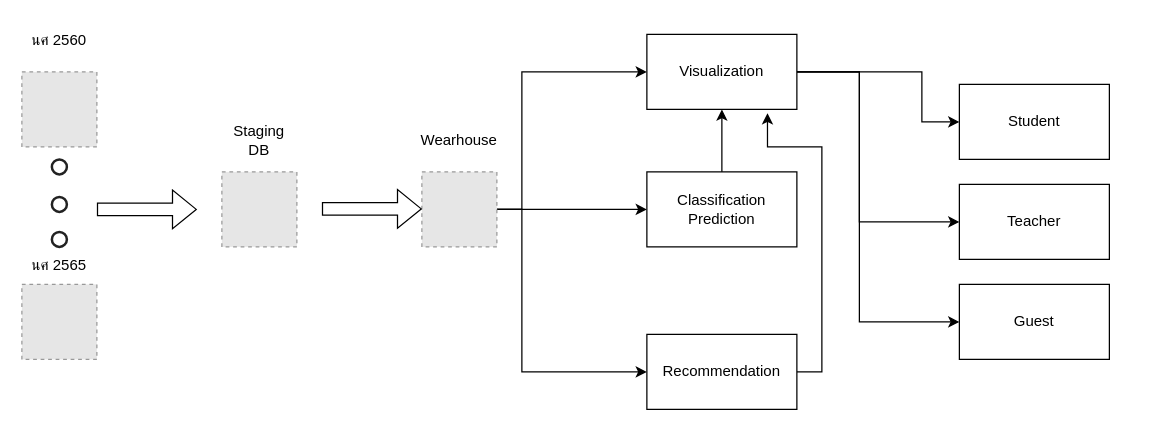
The draw.io diagram DataModel (1).drawio in nontapanr/CEPP64-08, before the edit. Source tidied: cells renumbered, new cells numbered last; positions are measured from the earlier drawing's top-left corner, leaving out a move shared by most shapes. Both pictures are drawn from the tidied source at 125%, with x=0, y=0 at pixel (21, 21). Pictures stored in the file or linked from it are replaced by grey dashed boxes.
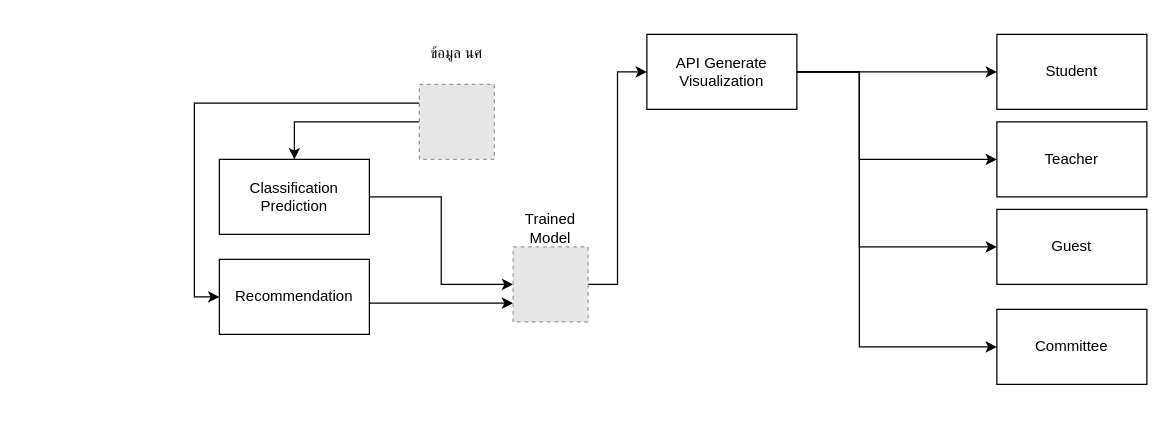
Above is the later version.

Change to the diagram source:
```diff
@@
-    <mxCell id="2" style="fillColor=#E6E6E6;strokeColor=#999999;dashed=1;html=1;verticalAlign=top;verticalLabelPosition=bottom;labelBackgroundColor=#ffffff;" parent="1" vertex="1">
-      <mxGeometry y="40" width="60" height="60" as="geometry" />
-    </mxCell>
-    <mxCell id="3" style="fillColor=#E6E6E6;strokeColor=#999999;dashed=1;html=1;verticalAlign=top;verticalLabelPosition=bottom;labelBackgroundColor=#ffffff;" parent="1" vertex="1">
-      <mxGeometry y="210" width="60" height="60" as="geometry" />
-    </mxCell>
-    <mxCell id="4" style="shape=flexArrow;endArrow=classic;html=1;rounded=0;" parent="1" edge="1">
-      <mxGeometry relative="1" as="geometry">
-        <mxPoint x="60" y="150" as="sourcePoint" />
-        <mxPoint x="140" y="150" as="targetPoint" />
-      </mxGeometry>
-    </mxCell>
+    <mxCell id="29" style="edgeStyle=orthogonalEdgeStyle;rounded=0;jettySize=auto;html=1;exitX=0;exitY=0.5;exitDx=0;exitDy=0;entryX=0.5;entryY=0;entryDx=0;entryDy=0;" parent="1" edge="1" source="5" target="16">
+      <mxGeometry relative="1" as="geometry" />
+    </mxCell>
+    <mxCell id="30" style="edgeStyle=orthogonalEdgeStyle;rounded=0;jettySize=auto;html=1;exitX=0;exitY=0.25;exitDx=0;exitDy=0;entryX=0;entryY=0.5;entryDx=0;entryDy=0;" parent="1" edge="1" source="5" target="18">
+      <mxGeometry relative="1" as="geometry" />
+    </mxCell>
     <mxCell id="5" style="fillColor=#E6E6E6;strokeColor=#999999;dashed=1;html=1;verticalAlign=top;verticalLabelPosition=bottom;labelBackgroundColor=#ffffff;" parent="1" vertex="1">
-      <mxGeometry x="160" y="120" width="60" height="60" as="geometry" />
+      <mxGeometry x="318" y="50" width="60" height="60" as="geometry" />
     </mxCell>
-    <mxCell id="6" style="edgeStyle=orthogonalEdgeStyle;rounded=0;jettySize=auto;html=1;exitX=1;exitY=0.5;exitDx=0;exitDy=0;entryX=0;entryY=0.5;entryDx=0;entryDy=0;" parent="1" edge="1" source="9" target="14">
-      <mxGeometry relative="1" as="geometry">
-        <Array as="points">
-          <mxPoint x="400" y="150" />
-          <mxPoint x="400" y="40" />
-        </Array>
-      </mxGeometry>
-    </mxCell>
-    <mxCell id="7" style="edgeStyle=orthogonalEdgeStyle;rounded=0;jettySize=auto;html=1;exitX=1;exitY=0.5;exitDx=0;exitDy=0;entryX=0;entryY=0.5;entryDx=0;entryDy=0;" parent="1" edge="1" source="9" target="16">
-      <mxGeometry relative="1" as="geometry" />
-    </mxCell>
-    <mxCell id="8" style="edgeStyle=orthogonalEdgeStyle;rounded=0;jettySize=auto;html=1;exitX=1;exitY=0.5;exitDx=0;exitDy=0;entryX=0;entryY=0.5;entryDx=0;entryDy=0;" parent="1" edge="1" source="9" target="18">
-      <mxGeometry relative="1" as="geometry">
-        <Array as="points">
-          <mxPoint x="400" y="150" />
-          <mxPoint x="400" y="280" />
-        </Array>
-      </mxGeometry>
-    </mxCell>
-    <mxCell id="9" style="fillColor=#E6E6E6;strokeColor=#999999;dashed=1;html=1;verticalAlign=top;verticalLabelPosition=bottom;labelBackgroundColor=#ffffff;" parent="1" vertex="1">
-      <mxGeometry x="320" y="120" width="60" height="60" as="geometry" />
-    </mxCell>
-    <mxCell id="10" style="shape=flexArrow;endArrow=classic;html=1;rounded=0;" parent="1" edge="1">
-      <mxGeometry relative="1" as="geometry">
-        <mxPoint x="240" y="149.6" as="sourcePoint" />
-        <mxPoint x="320" y="149.6" as="targetPoint" />
-      </mxGeometry>
-    </mxCell>
     <mxCell id="11" style="edgeStyle=orthogonalEdgeStyle;rounded=0;jettySize=auto;html=1;exitX=1;exitY=0.5;exitDx=0;exitDy=0;entryX=0;entryY=0.5;entryDx=0;entryDy=0;" parent="1" edge="1" source="14" target="19">
       <mxGeometry relative="1" as="geometry">
         <Array as="points">
-          <mxPoint x="720" y="40" />
-          <mxPoint x="720" y="80" />
+          <mxPoint x="730" y="40" />
+          <mxPoint x="730" y="40" />
         </Array>
       </mxGeometry>
     </mxCell>
     <mxCell id="12" style="edgeStyle=orthogonalEdgeStyle;jettySize=auto;html=1;exitX=1;exitY=0.5;exitDx=0;exitDy=0;entryX=0;entryY=0.5;entryDx=0;entryDy=0;endArrow=classic;endFill=1;rounded=0;" parent="1" edge="1" source="14" target="20">
       <mxGeometry relative="1" as="geometry">
         <Array as="points">
           <mxPoint x="670" y="40" />
-          <mxPoint x="670" y="160" />
+          <mxPoint x="670" y="110" />
         </Array>
       </mxGeometry>
     </mxCell>
     <mxCell id="13" style="edgeStyle=orthogonalEdgeStyle;rounded=0;jettySize=auto;html=1;exitX=1;exitY=0.5;exitDx=0;exitDy=0;entryX=0;entryY=0.5;entryDx=0;entryDy=0;endArrow=classic;endFill=1;" parent="1" edge="1" source="14" target="21">
       <mxGeometry relative="1" as="geometry">
         <Array as="points">
           <mxPoint x="670" y="40" />
-          <mxPoint x="670" y="240" />
+          <mxPoint x="670" y="180" />
         </Array>
       </mxGeometry>
     </mxCell>
+    <mxCell id="31" style="edgeStyle=orthogonalEdgeStyle;rounded=0;jettySize=auto;html=1;exitX=1;exitY=0.5;exitDx=0;exitDy=0;entryX=0;entryY=0.5;entryDx=0;entryDy=0;" parent="1" edge="1" source="14" target="34">
+      <mxGeometry relative="1" as="geometry">
+        <Array as="points">
+          <mxPoint x="670" y="40" />
+          <mxPoint x="670" y="260" />
+        </Array>
+      </mxGeometry>
+    </mxCell>
-    <mxCell id="14" value="Visualization" style="rounded=0;whiteSpace=wrap;html=1;" parent="1" vertex="1">
+    <mxCell id="14" value="API Generate Visualization" style="rounded=0;whiteSpace=wrap;html=1;" parent="1" vertex="1">
       <mxGeometry x="500" y="10" width="120" height="60" as="geometry" />
     </mxCell>
-    <mxCell id="15" style="edgeStyle=orthogonalEdgeStyle;rounded=0;jettySize=auto;html=1;exitX=0.5;exitY=0;exitDx=0;exitDy=0;entryX=0.5;entryY=1;entryDx=0;entryDy=0;" parent="1" edge="1" source="16" target="14">
-      <mxGeometry relative="1" as="geometry" />
-    </mxCell>
+    <mxCell id="32" style="edgeStyle=orthogonalEdgeStyle;rounded=0;jettySize=auto;html=1;exitX=1;exitY=0.5;exitDx=0;exitDy=0;entryX=0;entryY=0.5;entryDx=0;entryDy=0;" parent="1" edge="1" source="16" target="37">
+      <mxGeometry relative="1" as="geometry" />
+    </mxCell>
     <mxCell id="16" value="Classification Prediction" style="rounded=0;whiteSpace=wrap;html=1;" parent="1" vertex="1">
-      <mxGeometry x="500" y="120" width="120" height="60" as="geometry" />
+      <mxGeometry x="158" y="110" width="120" height="60" as="geometry" />
     </mxCell>
-    <mxCell id="17" style="edgeStyle=orthogonalEdgeStyle;rounded=0;jettySize=auto;html=1;exitX=1;exitY=0.5;exitDx=0;exitDy=0;entryX=0.804;entryY=1.05;entryDx=0;entryDy=0;entryPerimeter=0;" parent="1" edge="1" source="18" target="14">
-      <mxGeometry relative="1" as="geometry">
-        <Array as="points">
-          <mxPoint x="640" y="280" />
-          <mxPoint x="640" y="100" />
-          <mxPoint x="597" y="100" />
-        </Array>
-      </mxGeometry>
-    </mxCell>
+    <mxCell id="33" style="edgeStyle=orthogonalEdgeStyle;rounded=0;jettySize=auto;html=1;exitX=1;exitY=0.5;exitDx=0;exitDy=0;entryX=0;entryY=0.75;entryDx=0;entryDy=0;" parent="1" edge="1" source="18" target="37">
+      <mxGeometry relative="1" as="geometry">
+        <Array as="points">
+          <mxPoint x="278" y="225" />
+        </Array>
+      </mxGeometry>
+    </mxCell>
     <mxCell id="18" value="Recommendation" style="rounded=0;whiteSpace=wrap;html=1;" parent="1" vertex="1">
-      <mxGeometry x="500" y="250" width="120" height="60" as="geometry" />
+      <mxGeometry x="158" y="190" width="120" height="60" as="geometry" />
     </mxCell>
     <mxCell id="19" value="Student" style="rounded=0;whiteSpace=wrap;html=1;" parent="1" vertex="1">
-      <mxGeometry x="750" y="50" width="120" height="60" as="geometry" />
+      <mxGeometry x="780" y="10" width="120" height="60" as="geometry" />
     </mxCell>
     <mxCell id="20" value="Teacher" style="rounded=0;whiteSpace=wrap;html=1;" parent="1" vertex="1">
-      <mxGeometry x="750" y="130" width="120" height="60" as="geometry" />
+      <mxGeometry x="780" y="80" width="120" height="60" as="geometry" />
     </mxCell>
     <mxCell id="21" value="Guest" style="rounded=0;whiteSpace=wrap;html=1;" parent="1" vertex="1">
-      <mxGeometry x="750" y="210" width="120" height="60" as="geometry" />
+      <mxGeometry x="780" y="150" width="120" height="60" as="geometry" />
     </mxCell>
-    <mxCell id="22" value="Staging DB" style="text;html=1;strokeColor=none;fillColor=none;align=center;verticalAlign=middle;whiteSpace=wrap;rounded=0;" parent="1" vertex="1">
-      <mxGeometry x="160" y="80" width="60" height="30" as="geometry" />
-    </mxCell>
-    <mxCell id="23" value="Wearhouse" style="text;html=1;strokeColor=none;fillColor=none;align=center;verticalAlign=middle;whiteSpace=wrap;rounded=0;" parent="1" vertex="1">
-      <mxGeometry x="320" y="80" width="60" height="30" as="geometry" />
-    </mxCell>
-    <mxCell id="24" value="นศ 2560" style="text;html=1;strokeColor=none;fillColor=none;align=center;verticalAlign=middle;whiteSpace=wrap;rounded=0;" parent="1" vertex="1">
-      <mxGeometry width="60" height="30" as="geometry" />
-    </mxCell>
-    <mxCell id="25" value="นศ 2565" style="text;html=1;strokeColor=none;fillColor=none;align=center;verticalAlign=middle;whiteSpace=wrap;rounded=0;" parent="1" vertex="1">
-      <mxGeometry y="180" width="60" height="30" as="geometry" />
-    </mxCell>
-    <mxCell id="26" style="html=1;verticalLabelPosition=bottom;labelBackgroundColor=#ffffff;verticalAlign=top;shadow=0;dashed=0;strokeWidth=2;shape=mxgraph.ios7.misc.circle;strokeColor=#222222;fillColor=none;" parent="1" vertex="1">
-      <mxGeometry x="24" y="110" width="12" height="12" as="geometry" />
-    </mxCell>
-    <mxCell id="27" style="html=1;verticalLabelPosition=bottom;labelBackgroundColor=#ffffff;verticalAlign=top;shadow=0;dashed=0;strokeWidth=2;shape=mxgraph.ios7.misc.circle;strokeColor=#222222;fillColor=none;" parent="1" vertex="1">
-      <mxGeometry x="24" y="140" width="12" height="12" as="geometry" />
-    </mxCell>
-    <mxCell id="28" style="html=1;verticalLabelPosition=bottom;labelBackgroundColor=#ffffff;verticalAlign=top;shadow=0;dashed=0;strokeWidth=2;shape=mxgraph.ios7.misc.circle;strokeColor=#222222;fillColor=none;" parent="1" vertex="1">
-      <mxGeometry x="24" y="168" width="12" height="12" as="geometry" />
-    </mxCell>
+    <mxCell id="34" value="&lt;div&gt;&lt;span style=&quot;text-align: justify&quot;&gt;Committee&lt;/span&gt;&lt;br&gt;&lt;/div&gt;" style="rounded=0;whiteSpace=wrap;html=1;" parent="1" vertex="1">
+      <mxGeometry x="780" y="230" width="120" height="60" as="geometry" />
+    </mxCell>
+    <mxCell id="35" value="ข้อมูล นศ" style="text;html=1;strokeColor=none;fillColor=none;align=center;verticalAlign=middle;whiteSpace=wrap;rounded=0;" parent="1" vertex="1">
+      <mxGeometry x="318" y="10" width="60" height="30" as="geometry" />
+    </mxCell>
+    <mxCell id="36" style="edgeStyle=orthogonalEdgeStyle;rounded=0;jettySize=auto;html=1;exitX=1;exitY=0.5;exitDx=0;exitDy=0;entryX=0;entryY=0.5;entryDx=0;entryDy=0;" parent="1" edge="1" source="37" target="14">
+      <mxGeometry relative="1" as="geometry" />
+    </mxCell>
+    <mxCell id="37" style="fillColor=#E6E6E6;strokeColor=#999999;dashed=1;html=1;verticalAlign=top;verticalLabelPosition=bottom;labelBackgroundColor=#ffffff;" parent="1" vertex="1">
+      <mxGeometry x="393" y="180" width="60" height="60" as="geometry" />
+    </mxCell>
+    <mxCell id="38" value="Trained Model" style="text;html=1;strokeColor=none;fillColor=none;align=center;verticalAlign=middle;whiteSpace=wrap;rounded=0;" parent="1" vertex="1">
+      <mxGeometry x="393" y="150" width="60" height="30" as="geometry" />
+    </mxCell>
```
